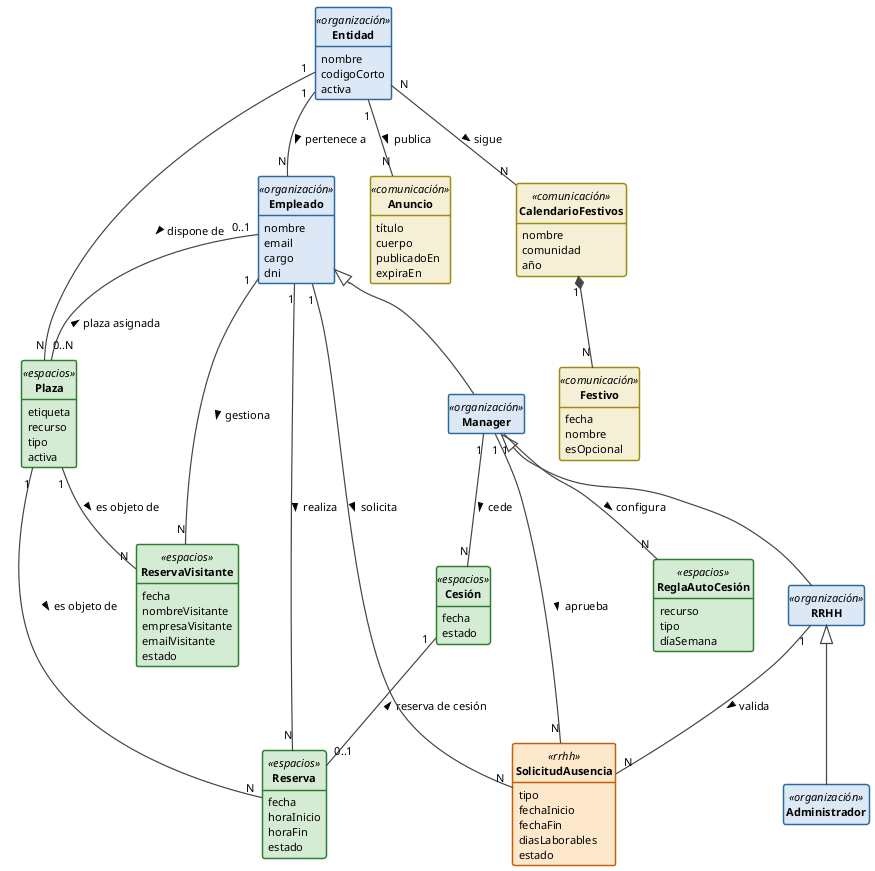
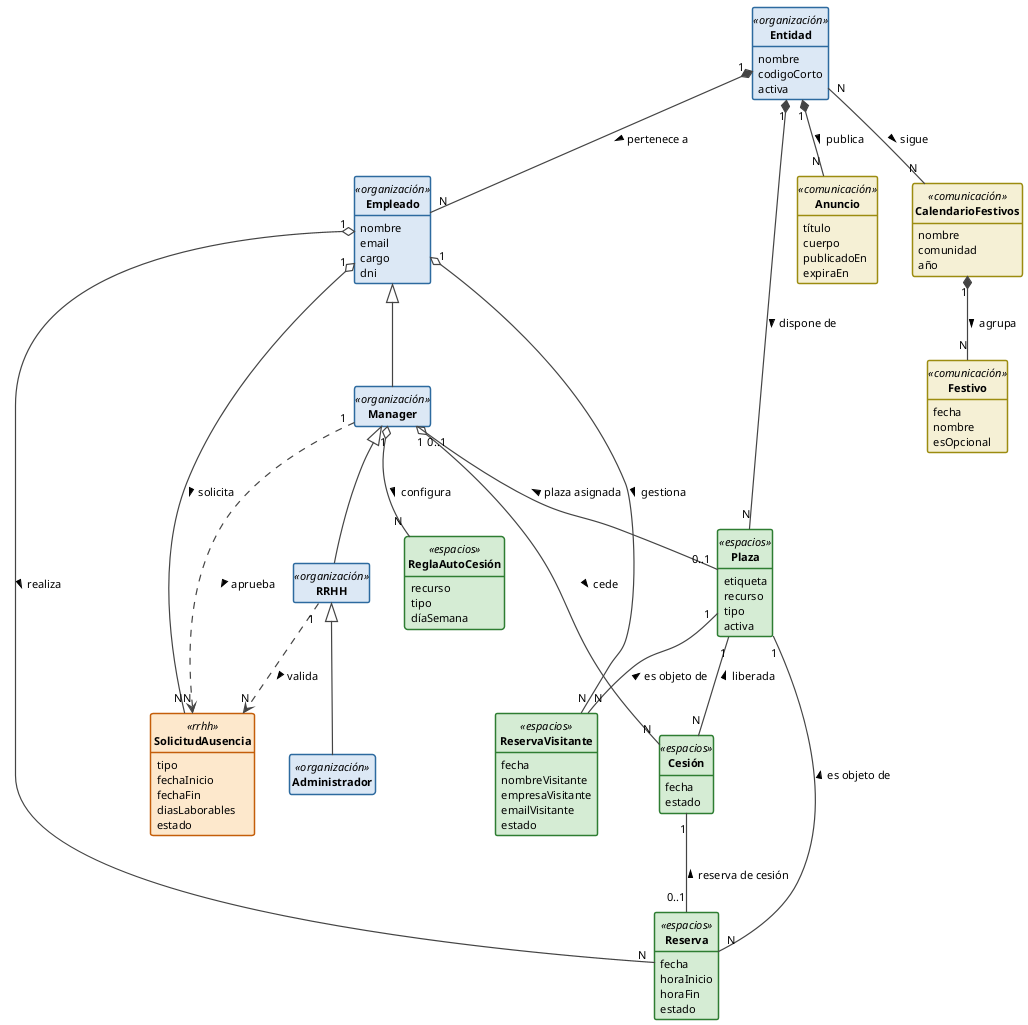
@startuml dominioClases

hide circle
hide empty members

skinparam defaultFontName Arial
skinparam defaultFontSize 11
skinparam classAttributeIconSize 0
skinparam classBorderThickness 1.5
skinparam arrowThickness 1.2
skinparam arrowColor #444444
skinparam class {
  BackgroundColor<<organización>> #dce8f5
  BorderColor<<organización>>     #2d6a9f
  BackgroundColor<<espacios>>     #d5ecd4
  BorderColor<<espacios>>         #2e7d32
  BackgroundColor<<rrhh>>         #fde8cc
  BorderColor<<rrhh>>             #c45e0a
  BackgroundColor<<comunicación>> #f5f0d5
  BorderColor<<comunicación>>     #9c8c10
}

' ── Organización ─────────────────────────────────────────────────────────────

class "**Entidad**" as Entidad <<organización>> {
  nombre
  codigoCorto
  activa
}

class "**Empleado**" as Empleado <<organización>> {
  nombre
  email
  cargo
  dni
}

class "**Manager**" as Manager <<organización>> {
}

class "**RRHH**" as RRHH <<organización>> {
}

class "**Administrador**" as Administrador <<organización>> {
}

' ── Espacios ─────────────────────────────────────────────────────────────────

class "**Plaza**" as Plaza <<espacios>> {
  etiqueta
  recurso
  tipo
  activa
}

class "**Reserva**" as Reserva <<espacios>> {
  fecha
  horaInicio
  horaFin
  estado
}

class "**Cesión**" as Cesion <<espacios>> {
  fecha
  estado
}

class "**ReglaAutoCesión**" as ReglaAutoCesion <<espacios>> {
  recurso
  tipo
  díaSemana
}

class "**ReservaVisitante**" as ReservaVisitante <<espacios>> {
  fecha
  nombreVisitante
  empresaVisitante
  emailVisitante
  estado
}

' ── RRHH ─────────────────────────────────────────────────────────────────────

class "**SolicitudAusencia**" as SolicitudAusencia <<rrhh>> {
  tipo
  fechaInicio
  fechaFin
  diasLaborables
  estado
}

' ── Comunicación ─────────────────────────────────────────────────────────────

class "**Anuncio**" as Anuncio <<comunicación>> {
  título
  cuerpo
  publicadoEn
  expiraEn
}

class "**CalendarioFestivos**" as CalendarioFestivos <<comunicación>> {
  nombre
  comunidad
  año
}

class "**Festivo**" as Festivo <<comunicación>> {
  fecha
  nombre
  esOpcional
}

' ── Herencia ─────────────────────────────────────────────────────────────────

Empleado    <|-- Manager
Manager     <|-- RRHH
RRHH        <|-- Administrador

- ' ── Asociaciones ─────────────────────────────────────────────────────────────
+ ' ── Composición (parte no existe sin el todo) ────────────────────────────────

- Entidad  "1"    --  "N"   Empleado         : pertenece a >
- Entidad  "1"    --  "N"   Plaza            : dispone de >
+ Entidad               "1" *-- "N"   Empleado           : pertenece a >
+ Entidad               "1" *-- "N"   Plaza              : dispone de >
+ Entidad               "1" *-- "N"   Anuncio            : publica >
+ CalendarioFestivos    "1" *-- "N"   Festivo            : agrupa >

- Empleado "0..1" --  "0..N" Plaza           : < plaza asignada
+ ' ── Agregación (el todo contiene las partes, pero las partes tienen identidad propia) ─

- Empleado "1"    --  "N"   Reserva          : realiza >
- Plaza    "1"    --  "N"   Reserva          : es objeto de >
+ Empleado              "1" o-- "N"   Reserva            : realiza >
+ Empleado              "1" o-- "N"   ReservaVisitante   : gestiona >
+ Empleado              "1" o-- "N"   SolicitudAusencia  : solicita >
+ Manager               "1" o-- "N"   Cesion             : cede >
+ Manager               "1" o-- "N"   ReglaAutoCesion    : configura >

- Manager  "1"    --  "N"   Cesion           : cede >
- Manager  "1"    --  "N"   ReglaAutoCesion  : configura >
- Cesion   "1"    --  "0..1" Reserva         : < reserva de cesión
+ ' ── Uso (dependencia transitoria, sin propiedad) ─────────────────────────────

- Empleado "1"    --  "N"   ReservaVisitante : gestiona >
- Plaza    "1"    --  "N"   ReservaVisitante : es objeto de >
+ Manager               "1" ..> "N"   SolicitudAusencia  : aprueba >
+ RRHH                  "1" ..> "N"   SolicitudAusencia  : valida >

- Empleado "1"    --  "N"   SolicitudAusencia : solicita >
- Manager  "1"    --  "N"   SolicitudAusencia : aprueba >
- RRHH     "1"    --  "N"   SolicitudAusencia : valida >
+ ' ── Asociación (relación entre pares independientes) ─────────────────────────

- Entidad  "1"    --  "N"   Anuncio           : publica >
- Entidad  "N"    --  "N"   CalendarioFestivos : sigue >
- CalendarioFestivos "1" *-- "N" Festivo
+ Manager               "0..1" -- "0..1" Plaza           : < plaza asignada
+ Plaza                 "1"    -- "N"    Reserva         : < es objeto de
+ Plaza                 "1"    -- "N"    Cesion          : < liberada
+ Cesion                "1"    -- "0..1" Reserva         : < reserva de cesión
+ Plaza                 "1"    -- "N"    ReservaVisitante: < es objeto de
+ Entidad               "N"    -- "N"    CalendarioFestivos : sigue >

@enduml
